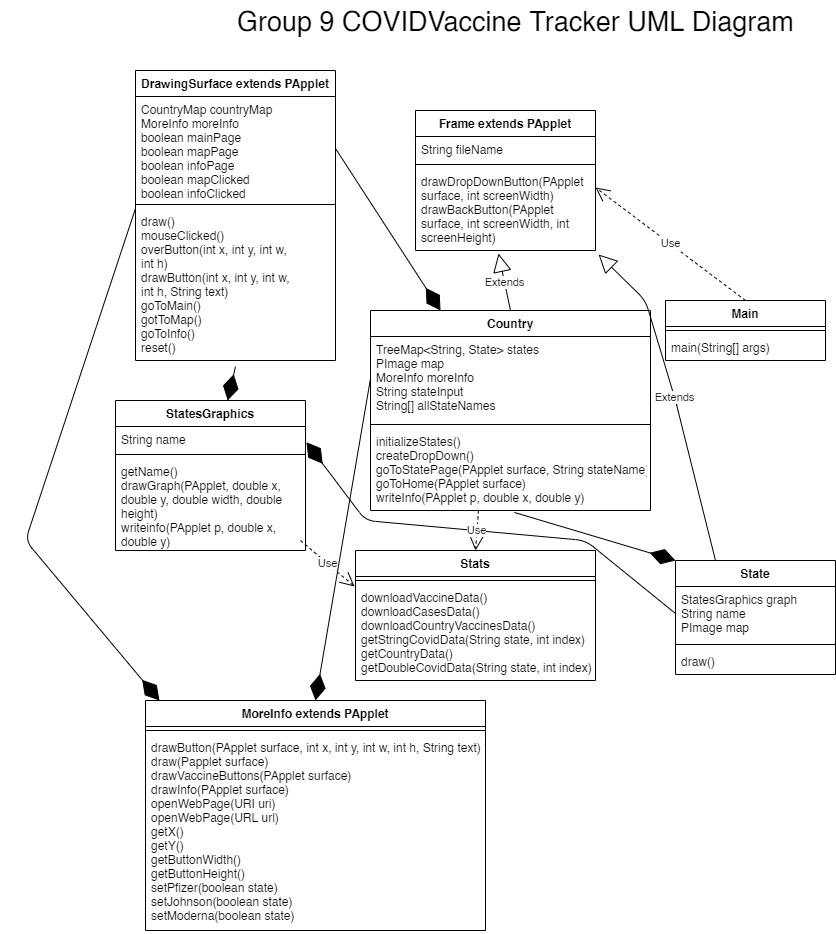
The draw.io diagram CapstoneCOVIDVaccineTrackerProject/doc/UML.png in HHSAPCompSci2020/capstone-project-group-9-nsr, before a commit. Source tidied: cells renumbered, new cells last; positions are measured from the earlier drawing's top-left corner, leaving out a move shared by most shapes.
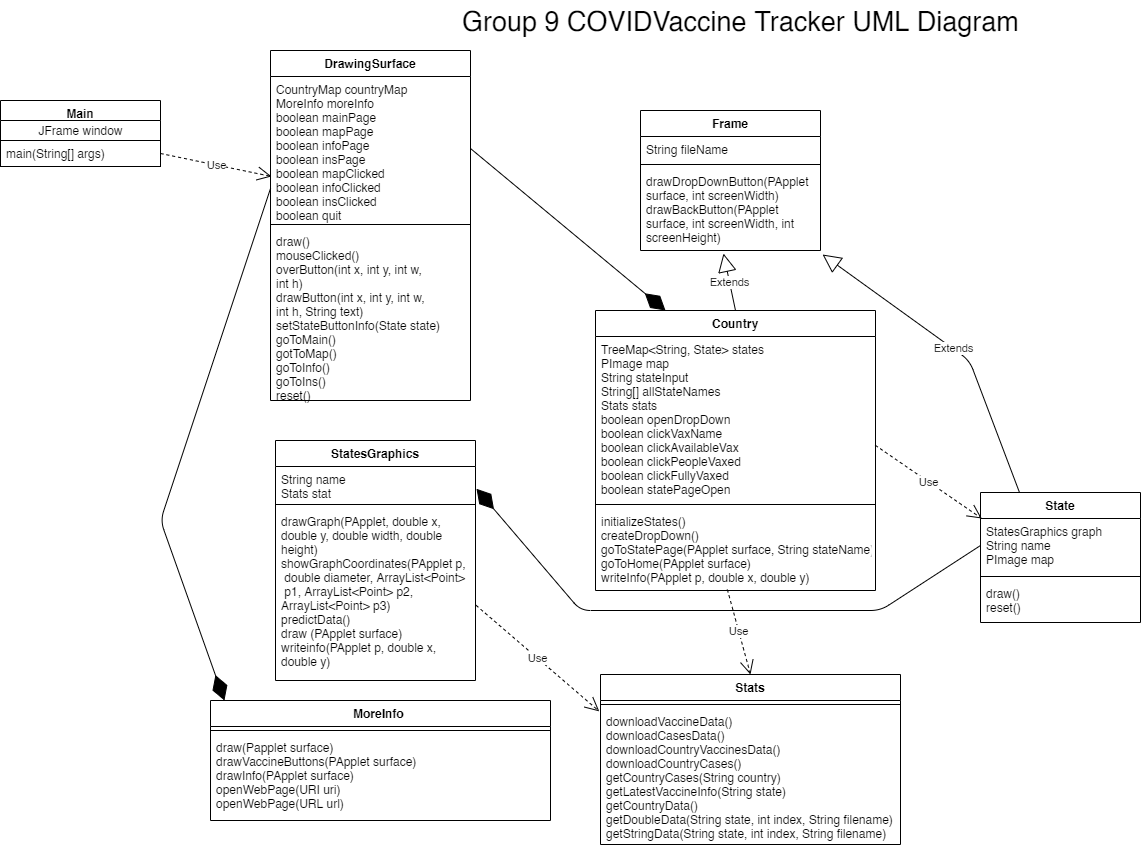
The same file after the commit.

What changed in the source:
```diff
@@ -5,22 +5,22 @@
     <mxCell id="2" value="&lt;font style=&quot;font-size: 27px;&quot;&gt;Group 9 COVIDVaccine Tracker UML Diagram&lt;br style=&quot;font-size: 27px;&quot;&gt;&lt;/font&gt;" style="text;html=1;align=left;verticalAlign=middle;strokeColor=none;fontSize=27;" parent="1" vertex="1">
       <mxGeometry x="210" width="570" height="40" as="geometry" />
     </mxCell>
-    <mxCell id="3" value="Use" style="endArrow=open;endSize=12;dashed=1;html=1;exitX=0.5;exitY=0;exitDx=0;exitDy=0;entryX=1;entryY=0.232;entryDx=0;entryDy=0;entryPerimeter=0;" parent="1" edge="1" source="18" target="11">
+    <mxCell id="3" value="Use" style="endArrow=open;endSize=12;dashed=1;html=1;entryX=0.005;entryY=0.694;entryDx=0;entryDy=0;entryPerimeter=0;exitX=1;exitY=0.5;exitDx=0;exitDy=0;" parent="1" edge="1" source="20" target="24">
       <mxGeometry relative="1" as="geometry" />
     </mxCell>
     <mxCell id="4" value="Country" style="swimlane;fontStyle=1;align=center;verticalAlign=top;horizontal=1;startSize=26;" parent="1" vertex="1">
-      <mxGeometry x="345" y="310" width="280" height="200" as="geometry" />
+      <mxGeometry x="345" y="310" width="280" height="280" as="geometry" />
     </mxCell>
-    <mxCell id="5" value="TreeMap&lt;String, State&gt; states&#10;PImage map&#10;MoreInfo moreInfo&#10;String stateInput&#10;String[] allStateNames" style="text;strokeColor=none;fillColor=none;align=left;verticalAlign=top;spacingLeft=4;spacingRight=4;overflow=hidden;points=[[0,0.5],[1,0.5]];portConstraint=eastwest;" parent="4" vertex="1">
-      <mxGeometry y="26" width="280" height="84" as="geometry" />
+    <mxCell id="5" value="TreeMap&lt;String, State&gt; states&#10;PImage map&#10;String stateInput&#10;String[] allStateNames&#10;Stats stats&#10;boolean openDropDown&#10;boolean clickVaxName&#10;boolean clickAvailableVax&#10;boolean clickPeopleVaxed&#10;boolean clickFullyVaxed&#10;boolean statePageOpen&#10;" style="text;strokeColor=none;fillColor=none;align=left;verticalAlign=top;spacingLeft=4;spacingRight=4;overflow=hidden;points=[[0,0.5],[1,0.5]];portConstraint=eastwest;" parent="4" vertex="1">
+      <mxGeometry y="26" width="280" height="164" as="geometry" />
     </mxCell>
     <mxCell id="6" style="line;strokeWidth=1;fillColor=none;align=left;verticalAlign=middle;spacingTop=-1;spacingLeft=3;spacingRight=3;labelPosition=right;" parent="4" vertex="1">
-      <mxGeometry y="110" width="280" height="8" as="geometry" />
+      <mxGeometry y="190" width="280" height="8" as="geometry" />
     </mxCell>
     <mxCell id="7" value="initializeStates()&#10;createDropDown()&#10;goToStatePage(PApplet surface, String stateName)&#10;goToHome(PApplet surface)&#10;writeInfo(PApplet p, double x, double y)" style="text;strokeColor=none;fillColor=none;align=left;verticalAlign=top;spacingLeft=4;spacingRight=4;overflow=hidden;points=[[0,0.5],[1,0.5]];portConstraint=eastwest;" parent="4" vertex="1">
-      <mxGeometry y="118" width="280" height="82" as="geometry" />
+      <mxGeometry y="198" width="280" height="82" as="geometry" />
     </mxCell>
-    <mxCell id="8" value="Frame extends PApplet" style="swimlane;fontStyle=1;align=center;verticalAlign=top;horizontal=1;startSize=26;" parent="1" vertex="1">
+    <mxCell id="8" value="Frame" style="swimlane;fontStyle=1;align=center;verticalAlign=top;horizontal=1;startSize=26;" parent="1" vertex="1">
       <mxGeometry x="390" y="110" width="180" height="140" as="geometry" />
     </mxCell>
     <mxCell id="9" value="String fileName&#10;" style="text;strokeColor=none;fillColor=none;align=left;verticalAlign=top;spacingLeft=4;spacingRight=4;overflow=hidden;" parent="8" vertex="1">
@@ -33,82 +33,72 @@
       <mxGeometry y="58" width="180" height="82" as="geometry" />
     </mxCell>
     <mxCell id="12" value="StatesGraphics" style="swimlane;fontStyle=1;align=center;verticalAlign=top;horizontal=1;startSize=26;" parent="1" vertex="1">
-      <mxGeometry x="90" y="400" width="190" height="150" as="geometry" />
+      <mxGeometry x="25" y="440" width="200" height="240" as="geometry" />
     </mxCell>
-    <mxCell id="13" value="String name" style="text;strokeColor=none;fillColor=none;align=left;verticalAlign=top;spacingLeft=4;spacingRight=4;overflow=hidden;points=[[0,0.5],[1,0.5]];portConstraint=eastwest;" parent="12" vertex="1">
-      <mxGeometry y="26" width="190" height="24" as="geometry" />
+    <mxCell id="13" value="String name&#10;Stats stat" style="text;strokeColor=none;fillColor=none;align=left;verticalAlign=top;spacingLeft=4;spacingRight=4;overflow=hidden;points=[[0,0.5],[1,0.5]];portConstraint=eastwest;" parent="12" vertex="1">
+      <mxGeometry y="26" width="200" height="34" as="geometry" />
     </mxCell>
     <mxCell id="14" style="line;strokeWidth=1;fillColor=none;align=left;verticalAlign=middle;spacingTop=-1;spacingLeft=3;spacingRight=3;labelPosition=right;" parent="12" vertex="1">
-      <mxGeometry y="50" width="190" height="8" as="geometry" />
+      <mxGeometry y="60" width="200" height="8" as="geometry" />
     </mxCell>
-    <mxCell id="15" value="Use" style="endArrow=open;endSize=12;dashed=1;html=1;entryX=-0.004;entryY=0.021;entryDx=0;entryDy=0;entryPerimeter=0;" parent="12" edge="1" target="32">
-      <mxGeometry relative="1" as="geometry">
-        <mxPoint x="185" y="140" as="sourcePoint" />
-      </mxGeometry>
-    </mxCell>
-    <mxCell id="16" value="getName()&#10;drawGraph(PApplet, double x, &#10;double y, double width, double&#10;height)&#10;writeinfo(PApplet p, double x,&#10;double y)&#10;" style="text;strokeColor=none;fillColor=none;align=left;verticalAlign=top;spacingLeft=4;spacingRight=4;overflow=hidden;points=[[0,0.5],[1,0.5]];portConstraint=eastwest;" parent="12" vertex="1">
-      <mxGeometry y="58" width="190" height="92" as="geometry" />
+    <mxCell id="16" value="drawGraph(PApplet, double x, &#10;double y, double width, double&#10;height)&#10;showGraphCoordinates(PApplet p,&#10; double diameter, ArrayList&lt;Point&gt;&#10; p1, ArrayList&lt;Point&gt; p2, &#10;ArrayList&lt;Point&gt; p3)&#10;predictData()&#10;draw (PApplet surface)&#10;writeinfo(PApplet p, double x,&#10;double y)&#10;" style="text;strokeColor=none;fillColor=none;align=left;verticalAlign=top;spacingLeft=4;spacingRight=4;overflow=hidden;points=[[0,0.5],[1,0.5]];portConstraint=eastwest;" parent="12" vertex="1">
+      <mxGeometry y="68" width="200" height="172" as="geometry" />
     </mxCell>
-    <mxCell id="17" style="endArrow=diamondThin;endFill=1;endSize=24;html=1;entryX=0;entryY=0;entryDx=0;entryDy=0;exitX=0.514;exitY=1.024;exitDx=0;exitDy=0;exitPerimeter=0;" parent="1" edge="1" source="7" target="33">
-      <mxGeometry relative="1" as="geometry" />
-    </mxCell>
-    <mxCell id="18" value="Main" style="swimlane;fontStyle=1;align=center;verticalAlign=top;horizontal=1;startSize=26;" parent="1" vertex="1">
-      <mxGeometry x="640" y="300" width="160" height="60" as="geometry" />
+    <mxCell id="18" value="Main" style="swimlane;fontStyle=1;align=center;verticalAlign=top;horizontal=1;startSize=20;" parent="1" vertex="1">
+      <mxGeometry x="-250" y="100" width="160" height="66" as="geometry" />
     </mxCell>
-    <mxCell id="19" style="line;strokeWidth=1;fillColor=none;align=left;verticalAlign=middle;spacingTop=-1;spacingLeft=3;spacingRight=3;labelPosition=right;" parent="18" vertex="1">
-      <mxGeometry y="26" width="160" height="8" as="geometry" />
-    </mxCell>
+    <mxCell id="43" value="JFrame window" style="text;html=1;align=center;verticalAlign=middle;strokeColor=none;" parent="18" vertex="1">
+      <mxGeometry y="20" width="160" height="20" as="geometry" />
+    </mxCell>
-    <mxCell id="20" value="main(String[] args)" style="text;strokeColor=none;fillColor=none;align=left;verticalAlign=top;spacingLeft=4;spacingRight=4;overflow=hidden;points=[[0,0.5],[1,0.5]];portConstraint=eastwest;" parent="18" vertex="1">
-      <mxGeometry y="34" width="160" height="26" as="geometry" />
+    <mxCell id="20" value="main(String[] args)" style="text;align=left;verticalAlign=top;spacingLeft=4;spacingRight=4;overflow=hidden;points=[[0,0.5],[1,0.5]];portConstraint=eastwest;strokeWidth=1;strokeColor=#000000;" parent="18" vertex="1">
+      <mxGeometry y="40" width="160" height="26" as="geometry" />
     </mxCell>
     <mxCell id="21" value="Extends" style="endArrow=block;endSize=16;endFill=0;html=1;exitX=0.5;exitY=0;exitDx=0;exitDy=0;entryX=0.461;entryY=1.037;entryDx=0;entryDy=0;entryPerimeter=0;" parent="1" edge="1" source="4" target="11">
       <mxGeometry relative="1" as="geometry" />
     </mxCell>
-    <mxCell id="22" value="Extends" style="endArrow=block;endSize=16;endFill=0;html=1;exitX=0.25;exitY=0;exitDx=0;exitDy=0;entryX=1.017;entryY=1.049;entryDx=0;entryDy=0;entryPerimeter=0;" parent="1" edge="1" source="33" target="11">
+    <mxCell id="22" value="Extends" style="endArrow=block;endSize=16;endFill=0;html=1;exitX=0.25;exitY=0;exitDx=0;exitDy=0;entryX=1.017;entryY=1.049;entryDx=0;entryDy=0;entryPerimeter=0;" parent="1" edge="1">
       <mxGeometry relative="1" as="geometry">
+        <mxPoint x="769" y="492" as="sourcePoint" />
+        <mxPoint x="572.1" y="254" as="targetPoint" />
         <Array as="points">
-          <mxPoint x="650" y="400" />
-          <mxPoint x="620" y="300" />
+          <mxPoint x="719" y="360" />
         </Array>
       </mxGeometry>
     </mxCell>
-    <mxCell id="23" value="DrawingSurface extends PApplet" style="swimlane;fontStyle=1;align=center;verticalAlign=top;horizontal=1;startSize=26;" parent="1" vertex="1">
-      <mxGeometry x="110" y="70" width="200" height="290" as="geometry" />
+    <mxCell id="23" value="DrawingSurface" style="swimlane;fontStyle=1;align=center;verticalAlign=top;horizontal=1;startSize=26;" parent="1" vertex="1">
+      <mxGeometry x="20" y="50" width="200" height="350" as="geometry" />
     </mxCell>
-    <mxCell id="24" value="CountryMap countryMap&#10;MoreInfo moreInfo&#10;boolean mainPage&#10;boolean mapPage&#10;boolean infoPage&#10;boolean mapClicked &#10;boolean infoClicked" style="text;strokeColor=none;fillColor=none;align=left;verticalAlign=top;spacingLeft=4;spacingRight=4;overflow=hidden;points=[[0,0.5],[1,0.5]];portConstraint=eastwest;" parent="23" vertex="1">
-      <mxGeometry y="26" width="200" height="104" as="geometry" />
+    <mxCell id="24" value="CountryMap countryMap&#10;MoreInfo moreInfo&#10;boolean mainPage&#10;boolean mapPage&#10;boolean infoPage&#10;boolean insPage&#10;boolean mapClicked &#10;boolean infoClicked&#10;boolean insClicked&#10;boolean quit" style="text;strokeColor=none;fillColor=none;align=left;verticalAlign=top;spacingLeft=4;spacingRight=4;overflow=hidden;points=[[0,0.5],[1,0.5]];portConstraint=eastwest;" parent="23" vertex="1">
+      <mxGeometry y="26" width="200" height="144" as="geometry" />
     </mxCell>
     <mxCell id="25" style="line;strokeWidth=1;fillColor=none;align=left;verticalAlign=middle;spacingTop=-1;spacingLeft=3;spacingRight=3;labelPosition=right;" parent="23" vertex="1">
-      <mxGeometry y="130" width="200" height="8" as="geometry" />
+      <mxGeometry y="170" width="200" height="8" as="geometry" />
     </mxCell>
+    <mxCell id="27" style="endArrow=diamondThin;endFill=1;endSize=24;html=1;exitX=1;exitY=0.5;exitDx=0;exitDy=0;entryX=0.041;entryY=0;entryDx=0;entryDy=0;entryPerimeter=0;" parent="23" edge="1" target="38">
+      <mxGeometry relative="1" as="geometry">
+        <mxPoint y="138" as="sourcePoint" />
+        <Array as="points">
+          <mxPoint x="-110" y="470" />
+        </Array>
+      </mxGeometry>
+    </mxCell>
-    <mxCell id="26" value="draw()&#10;mouseClicked()&#10;overButton(int x, int y, int w, &#10;int h)&#10;drawButton(int x, int y, int w, &#10;int h, String text)&#10;goToMain()&#10;gotToMap()&#10;goToInfo()&#10;reset()" style="text;strokeColor=none;fillColor=none;align=left;verticalAlign=top;spacingLeft=4;spacingRight=4;overflow=hidden;points=[[0,0.5],[1,0.5]];portConstraint=eastwest;" parent="23" vertex="1">
-      <mxGeometry y="138" width="200" height="152" as="geometry" />
+    <mxCell id="26" value="draw()&#10;mouseClicked()&#10;overButton(int x, int y, int w, &#10;int h)&#10;drawButton(int x, int y, int w, &#10;int h, String text)&#10;setStateButtonInfo(State state)&#10;goToMain()&#10;gotToMap()&#10;goToInfo()&#10;goToIns()&#10;reset()" style="text;strokeColor=none;fillColor=none;align=left;verticalAlign=top;spacingLeft=4;spacingRight=4;overflow=hidden;points=[[0,0.5],[1,0.5]];portConstraint=eastwest;" parent="23" vertex="1">
+      <mxGeometry y="178" width="200" height="172" as="geometry" />
     </mxCell>
-    <mxCell id="27" style="endArrow=diamondThin;endFill=1;endSize=24;html=1;exitX=1;exitY=0.5;exitDx=0;exitDy=0;entryX=0.041;entryY=0;entryDx=0;entryDy=0;entryPerimeter=0;" parent="23" edge="1" target="38">
-      <mxGeometry relative="1" as="geometry">
-        <mxPoint y="138" as="sourcePoint" />
-        <Array as="points">
-          <mxPoint x="-110" y="470" />
-        </Array>
-      </mxGeometry>
-    </mxCell>
     <mxCell id="28" style="endArrow=diamondThin;endFill=1;endSize=24;html=1;exitX=1;exitY=0.5;exitDx=0;exitDy=0;entryX=0.25;entryY=0;entryDx=0;entryDy=0;" parent="1" edge="1" source="24" target="4">
       <mxGeometry relative="1" as="geometry" />
     </mxCell>
-    <mxCell id="29" style="endArrow=diamondThin;endFill=1;endSize=24;html=1;exitX=0.5;exitY=1.04;exitDx=0;exitDy=0;exitPerimeter=0;" parent="1" edge="1" source="26" target="12">
-      <mxGeometry relative="1" as="geometry" />
-    </mxCell>
     <mxCell id="30" value="Stats" style="swimlane;fontStyle=1;align=center;verticalAlign=top;horizontal=1;startSize=26;" parent="1" vertex="1">
-      <mxGeometry x="330" y="550" width="240" height="130" as="geometry" />
+      <mxGeometry x="350" y="674" width="300" height="170" as="geometry" />
     </mxCell>
     <mxCell id="31" style="line;strokeWidth=1;fillColor=none;align=left;verticalAlign=middle;spacingTop=-1;spacingLeft=3;spacingRight=3;labelPosition=right;" parent="30" vertex="1">
-      <mxGeometry y="26" width="240" height="8" as="geometry" />
+      <mxGeometry y="26" width="300" height="8" as="geometry" />
     </mxCell>
-    <mxCell id="32" value="downloadVaccineData()&#10;downloadCasesData()&#10;downloadCountryVaccinesData()&#10;getStringCovidData(String state, int index)&#10;getCountryData()&#10;getDoubleCovidData(String state, int index)&#10;" style="text;strokeColor=none;fillColor=none;align=left;verticalAlign=top;spacingLeft=4;spacingRight=4;overflow=hidden;points=[[0,0.5],[1,0.5]];portConstraint=eastwest;" parent="30" vertex="1">
-      <mxGeometry y="34" width="240" height="96" as="geometry" />
+    <mxCell id="32" value="downloadVaccineData()&#10;downloadCasesData()&#10;downloadCountryVaccinesData()&#10;downloadCountryCases()&#10;getCountryCases(String country)&#10;getLatestVaccineInfo(String state)&#10;getCountryData()&#10;getDoubleData(String state, int index, String filename)&#10;getStringData(String state, int index, String filename)&#10;" style="text;strokeColor=none;fillColor=none;align=left;verticalAlign=top;spacingLeft=4;spacingRight=4;overflow=hidden;points=[[0,0.5],[1,0.5]];portConstraint=eastwest;" parent="30" vertex="1">
+      <mxGeometry y="34" width="300" height="136" as="geometry" />
     </mxCell>
     <mxCell id="33" value="State" style="swimlane;fontStyle=1;align=center;verticalAlign=top;horizontal=1;startSize=26;" parent="1" vertex="1">
-      <mxGeometry x="650" y="560" width="160" height="114" as="geometry" />
+      <mxGeometry x="730" y="492" width="160" height="130" as="geometry" />
     </mxCell>
     <mxCell id="34" value="StatesGraphics graph&#10;String name&#10;PImage map" style="text;strokeColor=none;fillColor=none;align=left;verticalAlign=top;spacingLeft=4;spacingRight=4;overflow=hidden;points=[[0,0.5],[1,0.5]];portConstraint=eastwest;" parent="33" vertex="1">
       <mxGeometry y="26" width="160" height="54" as="geometry" />
@@ -116,33 +106,34 @@
     <mxCell id="35" style="line;strokeWidth=1;fillColor=none;align=left;verticalAlign=middle;spacingTop=-1;spacingLeft=3;spacingRight=3;labelPosition=right;" parent="33" vertex="1">
       <mxGeometry y="80" width="160" height="8" as="geometry" />
     </mxCell>
-    <mxCell id="36" value="draw()" style="text;strokeColor=none;fillColor=none;align=left;verticalAlign=top;spacingLeft=4;spacingRight=4;overflow=hidden;" parent="33" vertex="1">
-      <mxGeometry y="88" width="160" height="26" as="geometry" />
+    <mxCell id="36" value="draw()&#10;reset()" style="text;strokeColor=none;fillColor=none;align=left;verticalAlign=top;spacingLeft=4;spacingRight=4;overflow=hidden;" parent="33" vertex="1">
+      <mxGeometry y="88" width="160" height="42" as="geometry" />
     </mxCell>
     <mxCell id="37" style="endArrow=diamondThin;endFill=1;endSize=24;html=1;exitX=0;exitY=0.5;exitDx=0;exitDy=0;entryX=1.005;entryY=0.655;entryDx=0;entryDy=0;entryPerimeter=0;" parent="1" edge="1" source="34" target="13">
       <mxGeometry relative="1" as="geometry">
         <Array as="points">
-          <mxPoint x="560" y="540" />
-          <mxPoint x="340" y="520" />
+          <mxPoint x="630" y="610" />
+          <mxPoint x="330" y="610" />
         </Array>
       </mxGeometry>
     </mxCell>
-    <mxCell id="38" value="MoreInfo extends PApplet" style="swimlane;fontStyle=1;align=center;verticalAlign=top;horizontal=1;startSize=26;" parent="1" vertex="1">
-      <mxGeometry x="120" y="700" width="340" height="230" as="geometry" />
+    <mxCell id="38" value="MoreInfo " style="swimlane;fontStyle=1;align=center;verticalAlign=top;horizontal=1;startSize=26;" parent="1" vertex="1">
+      <mxGeometry x="-40" y="700" width="340" height="120" as="geometry" />
     </mxCell>
     <mxCell id="39" style="line;strokeWidth=1;fillColor=none;align=left;verticalAlign=middle;spacingTop=-1;spacingLeft=3;spacingRight=3;labelPosition=right;" parent="38" vertex="1">
       <mxGeometry y="26" width="340" height="8" as="geometry" />
     </mxCell>
-    <mxCell id="40" value="drawButton(PApplet surface, int x, int y, int w, int h, String text)&#10;draw(Papplet surface)&#10;drawVaccineButtons(PApplet surface)&#10;drawInfo(PApplet surface)&#10;openWebPage(URI uri)&#10;openWebPage(URL url)&#10;getX()&#10;getY()&#10;getButtonWidth()&#10;getButtonHeight()&#10;setPfizer(boolean state)&#10;setJohnson(boolean state)&#10;setModerna(boolean state)" style="text;strokeColor=none;fillColor=none;align=left;verticalAlign=top;spacingLeft=4;spacingRight=4;overflow=hidden;" parent="38" vertex="1">
-      <mxGeometry y="34" width="340" height="196" as="geometry" />
+    <mxCell id="40" value="draw(Papplet surface)&#10;drawVaccineButtons(PApplet surface)&#10;drawInfo(PApplet surface)&#10;openWebPage(URI uri)&#10;openWebPage(URL url)" style="text;strokeColor=none;fillColor=none;align=left;verticalAlign=top;spacingLeft=4;spacingRight=4;overflow=hidden;" parent="38" vertex="1">
+      <mxGeometry y="34" width="340" height="86" as="geometry" />
     </mxCell>
-    <mxCell id="41" style="endArrow=diamondThin;endFill=1;endSize=24;html=1;exitX=0;exitY=0.5;exitDx=0;exitDy=0;entryX=0.5;entryY=0;entryDx=0;entryDy=0;" parent="1" edge="1" source="5" target="38">
-      <mxGeometry relative="1" as="geometry" />
-    </mxCell>
-    <mxCell id="42" value="Use" style="endArrow=open;endSize=12;dashed=1;html=1;entryX=0.5;entryY=0;entryDx=0;entryDy=0;" parent="1" edge="1" target="30">
-      <mxGeometry relative="1" as="geometry">
-        <mxPoint x="453" y="510" as="sourcePoint" />
-      </mxGeometry>
+    <mxCell id="42" value="Use" style="endArrow=open;endSize=12;dashed=1;html=1;entryX=0.5;entryY=0;entryDx=0;entryDy=0;exitX=0.471;exitY=0.988;exitDx=0;exitDy=0;exitPerimeter=0;" parent="1" edge="1" source="7" target="30">
+      <mxGeometry relative="1" as="geometry" />
     </mxCell>
+    <mxCell id="44" value="Use" style="endArrow=open;endSize=12;dashed=1;html=1;entryX=0.008;entryY=0;entryDx=0;entryDy=0;entryPerimeter=0;exitX=0.999;exitY=0.663;exitDx=0;exitDy=0;exitPerimeter=0;" parent="1" edge="1" source="5" target="34">
+      <mxGeometry relative="1" as="geometry" />
+    </mxCell>
+    <mxCell id="15" value="Use" style="endArrow=open;endSize=12;dashed=1;html=1;entryX=-0.004;entryY=0.021;entryDx=0;entryDy=0;entryPerimeter=0;exitX=1.003;exitY=0.563;exitDx=0;exitDy=0;exitPerimeter=0;" parent="1" edge="1" source="16" target="32">
+      <mxGeometry relative="1" as="geometry" />
+    </mxCell>
   </root>
 </mxGraphModel>
```
